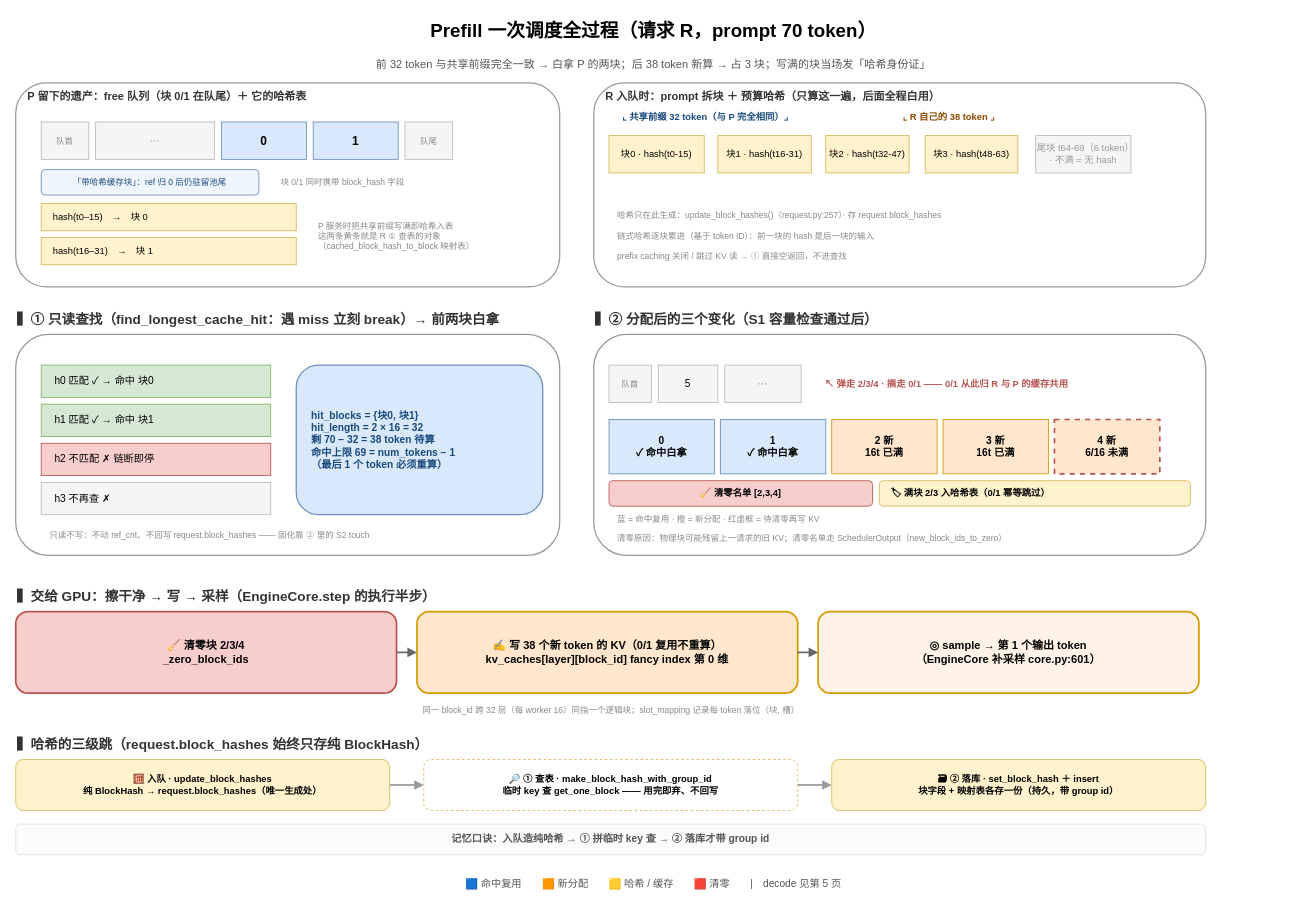
Above: page "Prefill · 命中白拿 + 新占三块" (4 of 6) of vllm/v1/core/kvcache_draw/kvcache_e2e_flow.drawio in GoCHug/vllm (draw.io), before the change. Source tidied: cells renumbered, new cells numbered last; positions are measured from the earlier drawing's top-left corner, leaving out a move shared by most shapes. Both pictures are drawn from the tidied source at 85%, with x=0, y=0 at pixel (15, 14).
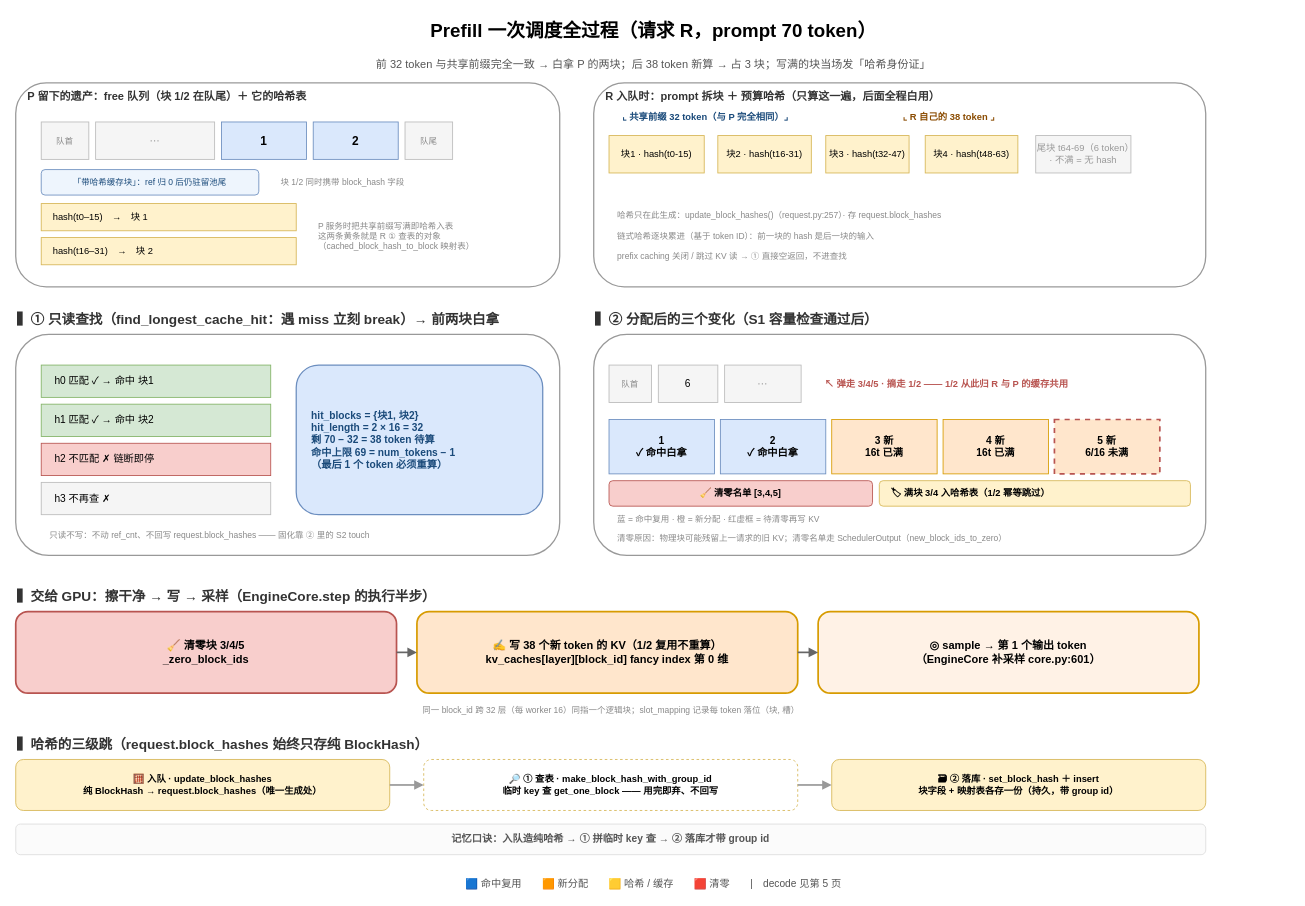
The same diagram, later.

Change to the diagram source:
```diff
@@
-    <mxCell id="4" value="P 留下的遗产：free 队列（块 0/1 在队尾）＋ 它的哈希表" style="rounded=1;whiteSpace=wrap;html=1;fillColor=none;strokeColor=#999999;strokeWidth=1.5;verticalAlign=top;spacingTop=2;fontSize=13;fontStyle=1;align=left;spacingLeft=12;fontColor=#333333;" parent="1" vertex="1">
+    <mxCell id="4" value="P 留下的遗产：free 队列（块 1/2 在队尾）＋ 它的哈希表" style="rounded=1;whiteSpace=wrap;html=1;fillColor=none;strokeColor=#999999;strokeWidth=1.5;verticalAlign=top;spacingTop=2;fontSize=13;fontStyle=1;align=left;spacingLeft=12;fontColor=#333333;" parent="1" vertex="1">
       <mxGeometry y="80" width="640" height="240" as="geometry" />
     </mxCell>
@@
-    <mxCell id="7" value="0" style="rounded=0;whiteSpace=wrap;html=1;fillColor=#dae8fc;strokeColor=#6c8ebf;fontSize=14;fontStyle=1;verticalAlign=middle;" parent="1" vertex="1">
+    <mxCell id="7" value="1" style="rounded=0;whiteSpace=wrap;html=1;fillColor=#dae8fc;strokeColor=#6c8ebf;fontSize=14;fontStyle=1;verticalAlign=middle;" parent="1" vertex="1">
       <mxGeometry x="242" y="126" width="100" height="44" as="geometry" />
     </mxCell>
-    <mxCell id="8" value="1" style="rounded=0;whiteSpace=wrap;html=1;fillColor=#dae8fc;strokeColor=#6c8ebf;fontSize=14;fontStyle=1;verticalAlign=middle;" parent="1" vertex="1">
+    <mxCell id="8" value="2" style="rounded=0;whiteSpace=wrap;html=1;fillColor=#dae8fc;strokeColor=#6c8ebf;fontSize=14;fontStyle=1;verticalAlign=middle;" parent="1" vertex="1">
       <mxGeometry x="350" y="126" width="100" height="44" as="geometry" />
     </mxCell>
@@
-    <mxCell id="11" value="块 0/1 同时携带 block_hash 字段" style="text;html=1;fontSize=10;align=left;spacingLeft=8;fontColor=#888888;verticalAlign=middle;" parent="1" vertex="1">
+    <mxCell id="11" value="块 1/2 同时携带 block_hash 字段" style="text;html=1;fontSize=10;align=left;spacingLeft=8;fontColor=#888888;verticalAlign=middle;" parent="1" vertex="1">
       <mxGeometry x="302" y="182" width="322" height="30" as="geometry" />
     </mxCell>
-    <mxCell id="12" value="hash(t0–15)　→　块 0" style="rounded=0;whiteSpace=wrap;html=1;fillColor=#fff2cc;strokeColor=#d6b656;fontSize=11;align=left;spacingLeft=12;verticalAlign=middle;" parent="1" vertex="1">
+    <mxCell id="12" value="hash(t0–15)　→　块 1" style="rounded=0;whiteSpace=wrap;html=1;fillColor=#fff2cc;strokeColor=#d6b656;fontSize=11;align=left;spacingLeft=12;verticalAlign=middle;" parent="1" vertex="1">
       <mxGeometry x="30" y="222" width="300" height="32" as="geometry" />
     </mxCell>
-    <mxCell id="13" value="hash(t16–31)　→　块 1" style="rounded=0;whiteSpace=wrap;html=1;fillColor=#fff2cc;strokeColor=#d6b656;fontSize=11;align=left;spacingLeft=12;verticalAlign=middle;" parent="1" vertex="1">
+    <mxCell id="13" value="hash(t16–31)　→　块 2" style="rounded=0;whiteSpace=wrap;html=1;fillColor=#fff2cc;strokeColor=#d6b656;fontSize=11;align=left;spacingLeft=12;verticalAlign=middle;" parent="1" vertex="1">
       <mxGeometry x="30" y="262" width="300" height="32" as="geometry" />
     </mxCell>
@@
-    <mxCell id="18" value="块0 · hash(t0-15)" style="rounded=0;whiteSpace=wrap;html=1;fillColor=#fff2cc;strokeColor=#d6b656;fontSize=11;verticalAlign=middle;" parent="1" vertex="1">
+    <mxCell id="18" value="块1 · hash(t0-15)" style="rounded=0;whiteSpace=wrap;html=1;fillColor=#fff2cc;strokeColor=#d6b656;fontSize=11;verticalAlign=middle;" parent="1" vertex="1">
       <mxGeometry x="698" y="142" width="112" height="44" as="geometry" />
     </mxCell>
-    <mxCell id="19" value="块1 · hash(t16-31)" style="rounded=0;whiteSpace=wrap;html=1;fillColor=#fff2cc;strokeColor=#d6b656;fontSize=11;verticalAlign=middle;" parent="1" vertex="1">
+    <mxCell id="19" value="块2 · hash(t16-31)" style="rounded=0;whiteSpace=wrap;html=1;fillColor=#fff2cc;strokeColor=#d6b656;fontSize=11;verticalAlign=middle;" parent="1" vertex="1">
       <mxGeometry x="826" y="142" width="110" height="44" as="geometry" />
     </mxCell>
-    <mxCell id="20" value="块2 · hash(t32-47)" style="rounded=0;whiteSpace=wrap;html=1;fillColor=#fff2cc;strokeColor=#d6b656;fontSize=11;verticalAlign=middle;" parent="1" vertex="1">
+    <mxCell id="20" value="块3 · hash(t32-47)" style="rounded=0;whiteSpace=wrap;html=1;fillColor=#fff2cc;strokeColor=#d6b656;fontSize=11;verticalAlign=middle;" parent="1" vertex="1">
       <mxGeometry x="953" y="142" width="98" height="44" as="geometry" />
     </mxCell>
-    <mxCell id="21" value="块3 · hash(t48-63)" style="rounded=0;whiteSpace=wrap;html=1;fillColor=#fff2cc;strokeColor=#d6b656;fontSize=11;verticalAlign=middle;" parent="1" vertex="1">
+    <mxCell id="21" value="块4 · hash(t48-63)" style="rounded=0;whiteSpace=wrap;html=1;fillColor=#fff2cc;strokeColor=#d6b656;fontSize=11;verticalAlign=middle;" parent="1" vertex="1">
       <mxGeometry x="1070" y="142" width="109" height="44" as="geometry" />
     </mxCell>
@@
-    <mxCell id="28" value="h0 匹配 ✓ → 命中 块0" style="rounded=0;whiteSpace=wrap;html=1;fillColor=#d5e8d4;strokeColor=#82b366;fontSize=12;align=left;spacingLeft=14;verticalAlign=middle;" parent="1" vertex="1">
+    <mxCell id="28" value="h0 匹配 ✓ → 命中 块1" style="rounded=0;whiteSpace=wrap;html=1;fillColor=#d5e8d4;strokeColor=#82b366;fontSize=12;align=left;spacingLeft=14;verticalAlign=middle;" parent="1" vertex="1">
       <mxGeometry x="30" y="412" width="270" height="38" as="geometry" />
     </mxCell>
-    <mxCell id="29" value="h1 匹配 ✓ → 命中 块1" style="rounded=0;whiteSpace=wrap;html=1;fillColor=#d5e8d4;strokeColor=#82b366;fontSize=12;align=left;spacingLeft=14;verticalAlign=middle;" parent="1" vertex="1">
+    <mxCell id="29" value="h1 匹配 ✓ → 命中 块2" style="rounded=0;whiteSpace=wrap;html=1;fillColor=#d5e8d4;strokeColor=#82b366;fontSize=12;align=left;spacingLeft=14;verticalAlign=middle;" parent="1" vertex="1">
       <mxGeometry x="30" y="458" width="270" height="38" as="geometry" />
     </mxCell>
@@
-    <mxCell id="32" value="hit_blocks = {块0, 块1}&#10;hit_length = 2 × 16 = 32&#10;剩 70 − 32 = 38 token 待算&#10;命中上限 69 = num_tokens − 1&#10;（最后 1 个 token 必须重算）" style="rounded=1;whiteSpace=wrap;html=1;fillColor=#dae8fc;strokeColor=#6c8ebf;strokeWidth=1.5;fontSize=12;fontStyle=1;verticalAlign=middle;align=left;spacingLeft=16;fontColor=#1a4a7a;" parent="1" vertex="1">
+    <mxCell id="32" value="hit_blocks = {块1, 块2}&#10;hit_length = 2 × 16 = 32&#10;剩 70 − 32 = 38 token 待算&#10;命中上限 69 = num_tokens − 1&#10;（最后 1 个 token 必须重算）" style="rounded=1;whiteSpace=wrap;html=1;fillColor=#dae8fc;strokeColor=#6c8ebf;strokeWidth=1.5;fontSize=12;fontStyle=1;verticalAlign=middle;align=left;spacingLeft=16;fontColor=#1a4a7a;" parent="1" vertex="1">
       <mxGeometry x="330" y="412" width="290" height="176" as="geometry" />
     </mxCell>
@@
-    <mxCell id="37" value="5" style="rounded=0;whiteSpace=wrap;html=1;fillColor=#f5f5f5;strokeColor=#bbbbbb;fontSize=12;verticalAlign=middle;" parent="1" vertex="1">
+    <mxCell id="37" value="6" style="rounded=0;whiteSpace=wrap;html=1;fillColor=#f5f5f5;strokeColor=#bbbbbb;fontSize=12;verticalAlign=middle;" parent="1" vertex="1">
       <mxGeometry x="756" y="412" width="70" height="44" as="geometry" />
     </mxCell>
@@
-    <mxCell id="39" value="↖ 弹走 2/3/4 · 摘走 0/1 —— 0/1 从此归 R 与 P 的缓存共用" style="text;html=1;fontSize=11;fontStyle=1;align=left;spacingLeft=10;fontColor=#b85450;verticalAlign=middle;" parent="1" vertex="1">
+    <mxCell id="39" value="↖ 弹走 3/4/5 · 摘走 1/2 —— 1/2 从此归 R 与 P 的缓存共用" style="text;html=1;fontSize=11;fontStyle=1;align=left;spacingLeft=10;fontColor=#b85450;verticalAlign=middle;" parent="1" vertex="1">
       <mxGeometry x="940" y="412" width="440" height="44" as="geometry" />
     </mxCell>
-    <mxCell id="40" value="0&#10;✓ 命中白拿" style="rounded=0;whiteSpace=wrap;html=1;fillColor=#dae8fc;strokeColor=#6c8ebf;fontSize=12;fontStyle=1;verticalAlign=middle;" parent="1" vertex="1">
+    <mxCell id="40" value="1&#10;✓ 命中白拿" style="rounded=0;whiteSpace=wrap;html=1;fillColor=#dae8fc;strokeColor=#6c8ebf;fontSize=12;fontStyle=1;verticalAlign=middle;" parent="1" vertex="1">
       <mxGeometry x="698" y="476" width="124" height="64" as="geometry" />
     </mxCell>
-    <mxCell id="41" value="1&#10;✓ 命中白拿" style="rounded=0;whiteSpace=wrap;html=1;fillColor=#dae8fc;strokeColor=#6c8ebf;fontSize=12;fontStyle=1;verticalAlign=middle;" parent="1" vertex="1">
+    <mxCell id="41" value="2&#10;✓ 命中白拿" style="rounded=0;whiteSpace=wrap;html=1;fillColor=#dae8fc;strokeColor=#6c8ebf;fontSize=12;fontStyle=1;verticalAlign=middle;" parent="1" vertex="1">
       <mxGeometry x="829" y="476" width="124" height="64" as="geometry" />
     </mxCell>
-    <mxCell id="42" value="2 新&#10;16t 已满" style="rounded=0;whiteSpace=wrap;html=1;fillColor=#ffe6cc;strokeColor=#d79b00;fontSize=12;fontStyle=1;verticalAlign=middle;" parent="1" vertex="1">
+    <mxCell id="42" value="3 新&#10;16t 已满" style="rounded=0;whiteSpace=wrap;html=1;fillColor=#ffe6cc;strokeColor=#d79b00;fontSize=12;fontStyle=1;verticalAlign=middle;" parent="1" vertex="1">
       <mxGeometry x="960" y="476" width="124" height="64" as="geometry" />
     </mxCell>
-    <mxCell id="43" value="3 新&#10;16t 已满" style="rounded=0;whiteSpace=wrap;html=1;fillColor=#ffe6cc;strokeColor=#d79b00;fontSize=12;fontStyle=1;verticalAlign=middle;" parent="1" vertex="1">
+    <mxCell id="43" value="4 新&#10;16t 已满" style="rounded=0;whiteSpace=wrap;html=1;fillColor=#ffe6cc;strokeColor=#d79b00;fontSize=12;fontStyle=1;verticalAlign=middle;" parent="1" vertex="1">
       <mxGeometry x="1091" y="476" width="124" height="64" as="geometry" />
     </mxCell>
-    <mxCell id="44" value="4 新&#10;6/16 未满" style="rounded=0;whiteSpace=wrap;html=1;fillColor=#ffe6cc;strokeColor=#b85450;fontSize=12;fontStyle=1;dashed=1;strokeWidth=2;verticalAlign=middle;" parent="1" vertex="1">
+    <mxCell id="44" value="5 新&#10;6/16 未满" style="rounded=0;whiteSpace=wrap;html=1;fillColor=#ffe6cc;strokeColor=#b85450;fontSize=12;fontStyle=1;dashed=1;strokeWidth=2;verticalAlign=middle;" parent="1" vertex="1">
       <mxGeometry x="1222" y="476" width="124" height="64" as="geometry" />
     </mxCell>
-    <mxCell id="45" value="🧹 清零名单 [2,3,4]" style="rounded=1;whiteSpace=wrap;html=1;fillColor=#f8cecc;strokeColor=#b85450;fontSize=11;fontStyle=1;verticalAlign=middle;align=center;" parent="1" vertex="1">
+    <mxCell id="45" value="🧹 清零名单 [3,4,5]" style="rounded=1;whiteSpace=wrap;html=1;fillColor=#f8cecc;strokeColor=#b85450;fontSize=11;fontStyle=1;verticalAlign=middle;align=center;" parent="1" vertex="1">
       <mxGeometry x="698" y="548" width="310" height="30" as="geometry" />
     </mxCell>
-    <mxCell id="46" value="🏷 满块 2/3 入哈希表（0/1 幂等跳过）" style="rounded=1;whiteSpace=wrap;html=1;fillColor=#fff2cc;strokeColor=#d6b656;fontSize=11;fontStyle=1;verticalAlign=middle;align=left;spacingLeft=12;" parent="1" vertex="1">
+    <mxCell id="46" value="🏷 满块 3/4 入哈希表（1/2 幂等跳过）" style="rounded=1;whiteSpace=wrap;html=1;fillColor=#fff2cc;strokeColor=#d6b656;fontSize=11;fontStyle=1;verticalAlign=middle;align=left;spacingLeft=12;" parent="1" vertex="1">
       <mxGeometry x="1016" y="548" width="366" height="30" as="geometry" />
     </mxCell>
@@
-    <mxCell id="50" value="🧹 清零块 2/3/4&#10;_zero_block_ids" style="rounded=1;whiteSpace=wrap;html=1;fillColor=#f8cecc;strokeColor=#b85450;strokeWidth=2;fontSize=13;fontStyle=1;verticalAlign=middle;" parent="1" vertex="1">
+    <mxCell id="50" value="🧹 清零块 3/4/5&#10;_zero_block_ids" style="rounded=1;whiteSpace=wrap;html=1;fillColor=#f8cecc;strokeColor=#b85450;strokeWidth=2;fontSize=13;fontStyle=1;verticalAlign=middle;" parent="1" vertex="1">
       <mxGeometry y="702" width="448" height="96" as="geometry" />
     </mxCell>
-    <mxCell id="51" value="✍ 写 38 个新 token 的 KV（0/1 复用不重算）&#10;kv_caches[layer][block_id] fancy index 第 0 维" style="rounded=1;whiteSpace=wrap;html=1;fillColor=#ffe6cc;strokeColor=#d79b00;strokeWidth=2;fontSize=13;fontStyle=1;verticalAlign=middle;" parent="1" vertex="1">
+    <mxCell id="51" value="✍ 写 38 个新 token 的 KV（1/2 复用不重算）&#10;kv_caches[layer][block_id] fancy index 第 0 维" style="rounded=1;whiteSpace=wrap;html=1;fillColor=#ffe6cc;strokeColor=#d79b00;strokeWidth=2;fontSize=13;fontStyle=1;verticalAlign=middle;" parent="1" vertex="1">
       <mxGeometry x="472" y="702" width="448" height="96" as="geometry" />
     </mxCell>
```
